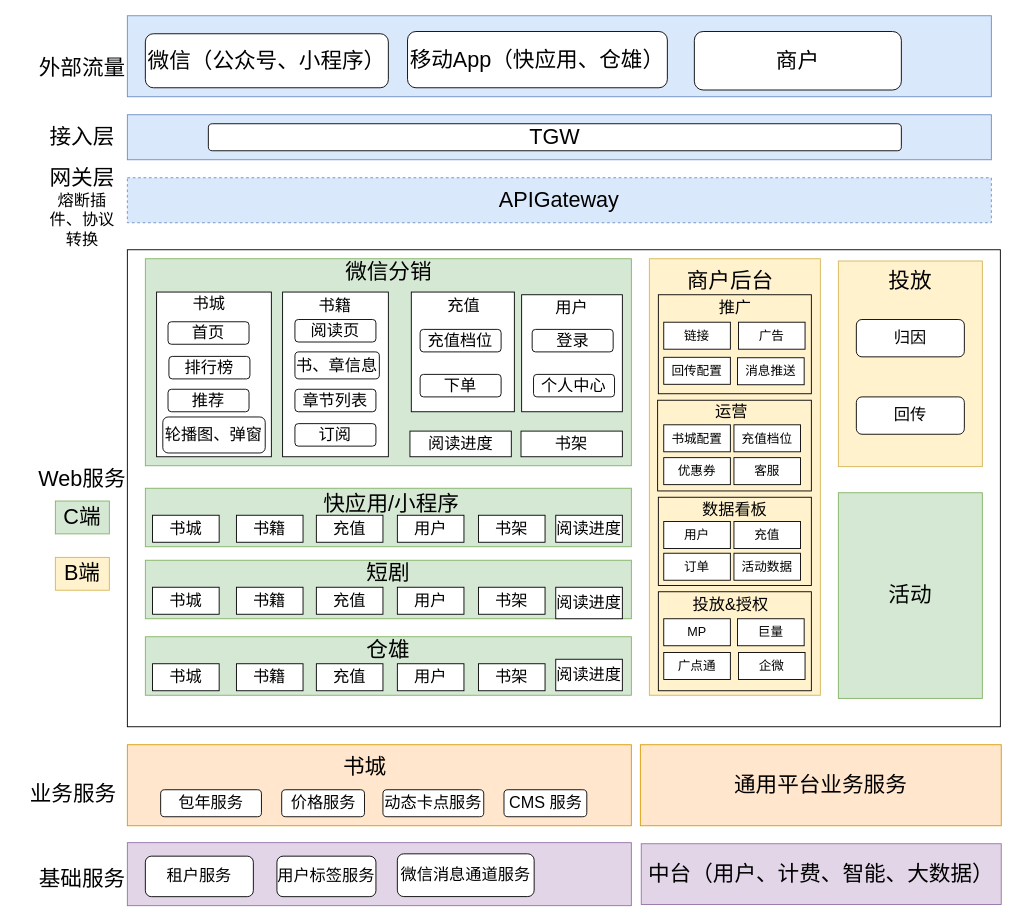
This is page "第 1 页" (1 of 3) of 开平服务化规划(原始版本) 的副本.drawio from qinzw/HelloWorld, a draw.io file, before an edit. Source tidied: cells renumbered, new cells numbered last; positions are measured from the earlier drawing's top-left corner, leaving out a move shared by most shapes. Both pictures are drawn from the tidied source at 90%, with x=0, y=0 at pixel (28, 15).
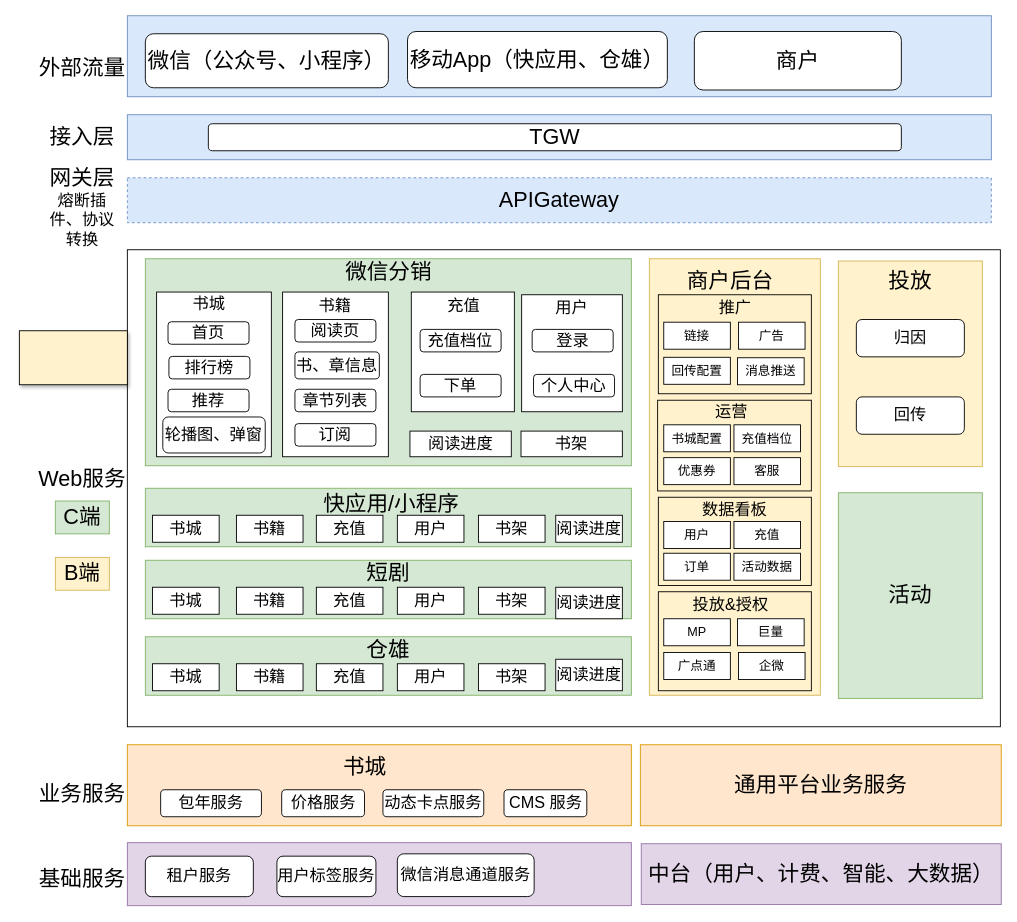
Above is the later version.

Commit message:
更新开平服务化规划(原始版本) 的副本.drawio

The edit, as a diff of the source:
```diff
@@
     <mxCell id="68" value="&lt;font style=&quot;font-size: 24px;&quot;&gt;业务服务&lt;/font&gt;" style="text;html=1;strokeColor=none;fillColor=none;align=center;verticalAlign=middle;whiteSpace=wrap;rounded=0;" parent="1" vertex="1">
-      <mxGeometry y="850" width="100" height="30" as="geometry" />
+      <mxGeometry x="10" y="850" width="100" height="30" as="geometry" />
     </mxCell>
@@
+    <mxCell id="109" style="whiteSpace=wrap;html=1;shadow=1;strokeColor=#000000;fillColor=#FFF2CC;" parent="1" vertex="1">
+      <mxGeometry x="-10" y="350" width="120" height="60" as="geometry" />
+    </mxCell>
```
